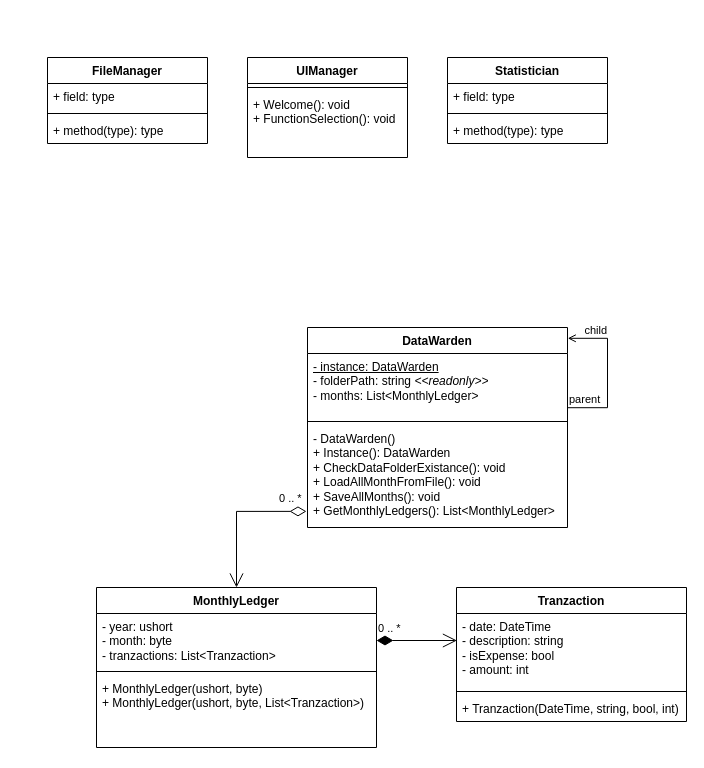
Above: NA9ZHD/UML Osztaly diagram.drawio in Deftorm/csharpkurzus-25-koltsegnaplo (draw.io), before the change. Source tidied: cells renumbered, new cells numbered last; positions are measured from the earlier drawing's top-left corner, leaving out a move shared by most shapes. Both pictures are drawn from the tidied source at 100%, with x=0, y=0 at pixel (47, 57).
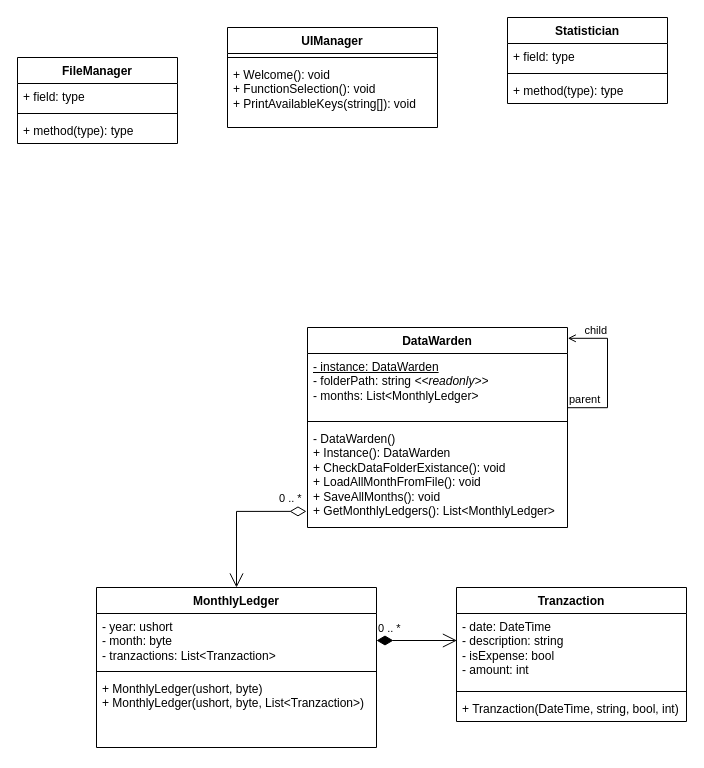
The same page after the edit.

The edit, as a diff of the source:
```diff
@@
     <mxCell id="19" value="Statistician" style="swimlane;fontStyle=1;align=center;verticalAlign=top;horizontal=1;startSize=26;whiteSpace=wrap;html=1;" parent="1" vertex="1">
-      <mxGeometry x="400" width="160" height="86" as="geometry" />
+      <mxGeometry x="460" y="-40" width="160" height="86" as="geometry" />
     </mxCell>
@@
     <mxCell id="23" value="FileManager" style="swimlane;fontStyle=1;align=center;verticalAlign=top;horizontal=1;startSize=26;whiteSpace=wrap;html=1;" parent="1" vertex="1">
-      <mxGeometry width="160" height="86" as="geometry" />
+      <mxGeometry x="-30" width="160" height="86" as="geometry" />
     </mxCell>
@@
     <mxCell id="27" value="UIManager" style="swimlane;fontStyle=1;align=center;verticalAlign=top;horizontal=1;startSize=26;whiteSpace=wrap;html=1;" parent="1" vertex="1">
-      <mxGeometry x="200" width="160" height="100" as="geometry" />
+      <mxGeometry x="180" y="-30" width="210" height="100" as="geometry" />
     </mxCell>
     <mxCell id="28" style="line;strokeWidth=1;fillColor=none;align=left;verticalAlign=middle;spacingTop=-1;spacingLeft=3;spacingRight=3;labelPosition=right;strokeColor=inherit;" parent="27" vertex="1">
-      <mxGeometry y="26" width="160" height="8" as="geometry" />
+      <mxGeometry y="26" width="210" height="8" as="geometry" />
     </mxCell>
-    <mxCell id="29" value="+ Welcome(): void&lt;br&gt;+ FunctionSelection(): void" style="text;strokeColor=none;fillColor=none;align=left;verticalAlign=top;spacingLeft=4;spacingRight=4;overflow=hidden;whiteSpace=wrap;html=1;" parent="27" vertex="1">
-      <mxGeometry y="34" width="160" height="66" as="geometry" />
+    <mxCell id="29" value="+ Welcome(): void&lt;br&gt;+ FunctionSelection(): void&lt;br&gt;+ PrintAvailableKeys(string[]): void" style="text;strokeColor=none;fillColor=none;align=left;verticalAlign=top;spacingLeft=4;spacingRight=4;overflow=hidden;whiteSpace=wrap;html=1;" parent="27" vertex="1">
+      <mxGeometry y="34" width="210" height="66" as="geometry" />
     </mxCell>
```
